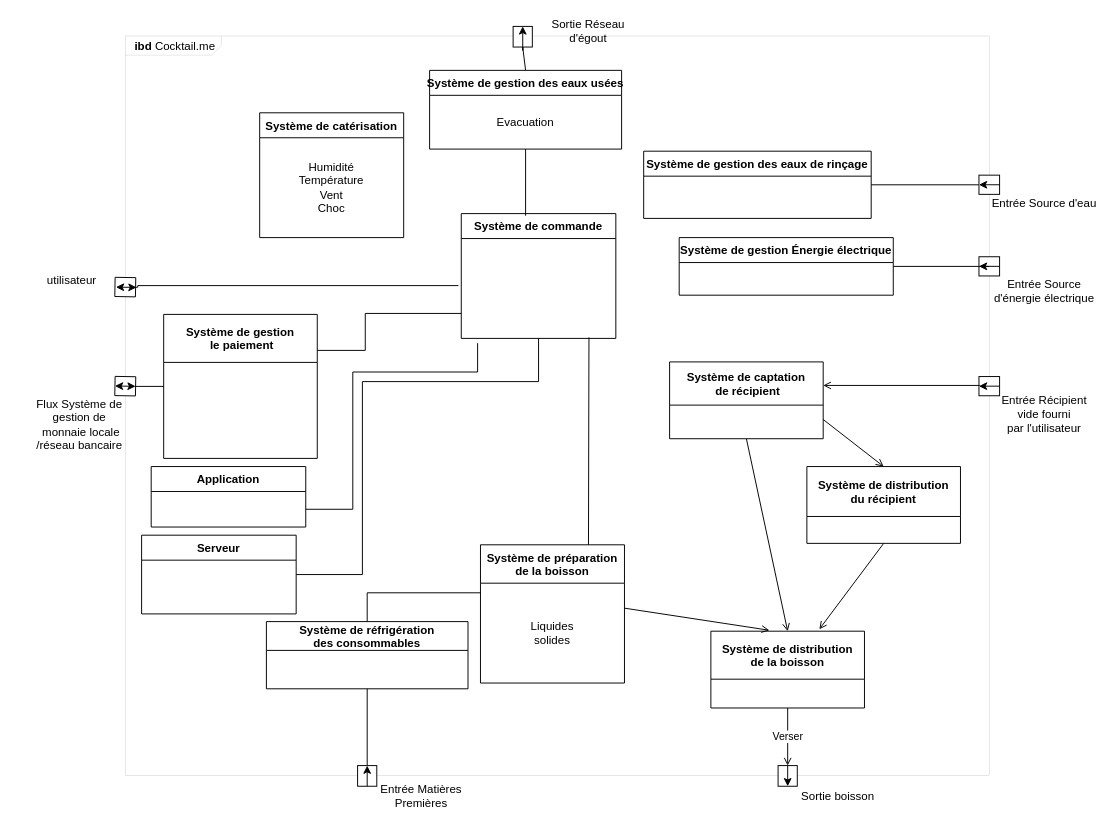
Above: page "IDB" (6 of 14) of borneCocktailP22.drawio in mbricogn/TN29-MBSE (draw.io), before the change. Source tidied: cells renumbered, new cells numbered last; positions are measured from the earlier drawing's top-left corner, leaving out a move shared by most shapes. Both pictures are drawn from the tidied source at 96%, with x=0, y=0 at pixel (16, 16).
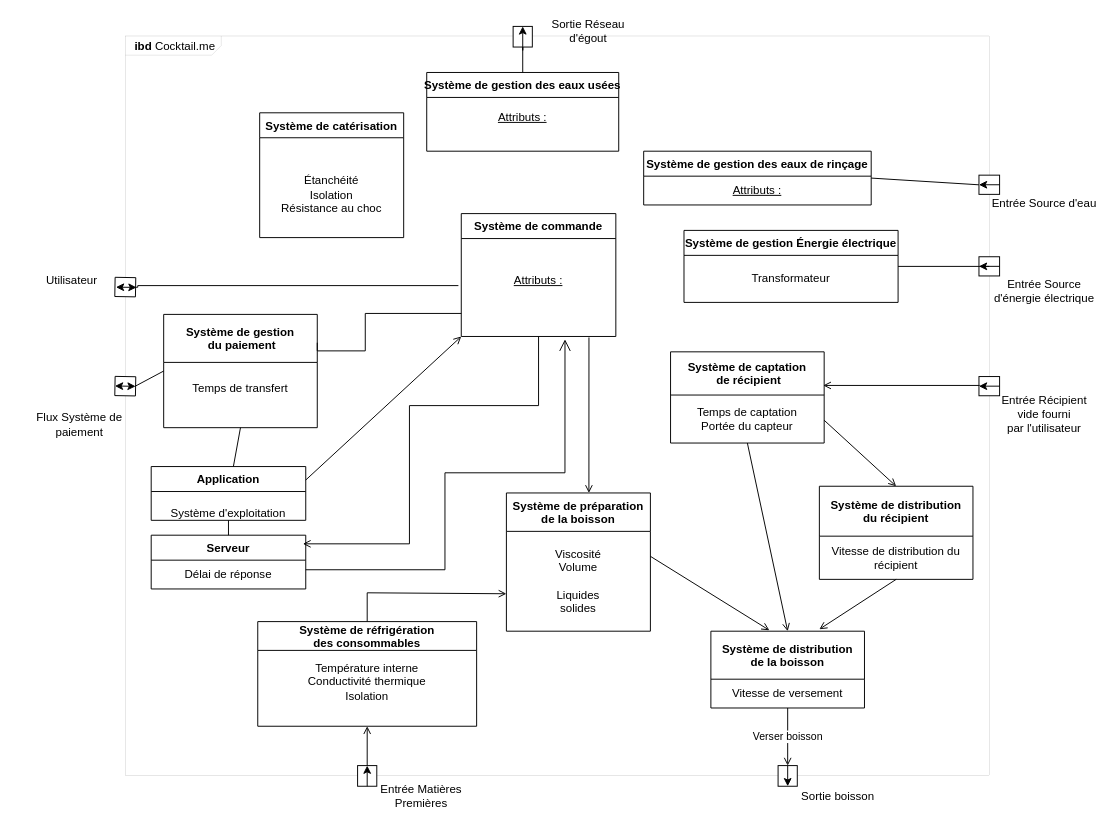
After the change.

Unchanged cells that the change refers to:
```xml
<mxCell id="8" value="Système de catérisation" style="swimlane;fontStyle=1;horizontal=1;startSize=26;fillColor=none;" parent="1" vertex="1">
  <mxGeometry x="253" y="100" width="150" height="130" as="geometry" />
</mxCell>
<mxCell id="16" value="Système de distribution &#10;de la boisson" style="swimlane;fontStyle=1;horizontal=1;startSize=50;fillColor=none;" parent="1" vertex="1">
  <mxGeometry x="723" y="640" width="160" height="80" as="geometry" />
</mxCell>
<mxCell id="35" style="rounded=0;whiteSpace=wrap;html=1;rotation=-180;" parent="34" vertex="1">
  <mxGeometry width="20" height="21.5" as="geometry" />
</mxCell>
<mxCell id="49" style="rounded=0;whiteSpace=wrap;html=1;rotation=0;" parent="48" vertex="1">
  <mxGeometry width="20" height="21.5" as="geometry" />
</mxCell>
```

What changed in the source:
```diff
@@
     <mxCell id="3" value="Système de gestion Énergie électrique" style="swimlane;fontStyle=1;horizontal=1;startSize=26;fillColor=none;" parent="1" vertex="1">
-      <mxGeometry x="690" y="230" width="223" height="60" as="geometry" />
+      <mxGeometry x="695" y="222.5" width="223" height="75" as="geometry" />
     </mxCell>
-    <mxCell id="4" style="rounded=0;jettySize=auto;html=1;exitX=0.5;exitY=1;exitDx=0;exitDy=0;entryX=0.416;entryY=0.017;entryDx=0;entryDy=0;entryPerimeter=0;startArrow=none;startFill=0;endArrow=none;endFill=0;startSize=10;strokeWidth=1;" parent="1" edge="1" source="5" target="17">
-      <mxGeometry relative="1" as="geometry" />
-    </mxCell>
+    <mxCell id="69" value="&lt;div&gt;Transformateur&lt;u&gt;&lt;br&gt;&lt;/u&gt;&lt;/div&gt;" style="text;html=1;strokeColor=none;fillColor=none;align=center;verticalAlign=middle;whiteSpace=wrap;rounded=0;" parent="3" vertex="1">
+      <mxGeometry y="26" width="223" height="49" as="geometry" />
+    </mxCell>
     <mxCell id="5" value="Système de gestion des eaux usées" style="swimlane;fontStyle=1;horizontal=1;startSize=26;fillColor=none;" parent="1" vertex="1">
-      <mxGeometry x="430" y="55.8" width="200" height="82" as="geometry" />
+      <mxGeometry x="427" y="58" width="200" height="82" as="geometry" />
     </mxCell>
-    <mxCell id="6" value="Evacuation" style="text;html=1;strokeColor=none;fillColor=none;align=center;verticalAlign=middle;whiteSpace=wrap;rounded=0;" parent="5" vertex="1">
+    <mxCell id="6" value="&lt;div&gt;&lt;u&gt;Attributs :&lt;/u&gt;&lt;/div&gt;&lt;div&gt;&lt;u&gt;&lt;br&gt;&lt;/u&gt;&lt;/div&gt;" style="text;html=1;strokeColor=none;fillColor=none;align=center;verticalAlign=middle;whiteSpace=wrap;rounded=0;" parent="5" vertex="1">
       <mxGeometry y="26" width="200" height="56" as="geometry" />
     </mxCell>
     <mxCell id="7" value="Système de gestion des eaux de rinçage" style="swimlane;fontStyle=1;horizontal=1;startSize=26;fillColor=none;" parent="1" vertex="1">
-      <mxGeometry x="653" y="140" width="237" height="70" as="geometry" />
+      <mxGeometry x="653" y="140" width="237" height="56" as="geometry" />
     </mxCell>
+    <mxCell id="70" value="&lt;u&gt;Attributs :&lt;/u&gt;" style="text;html=1;strokeColor=none;fillColor=none;align=center;verticalAlign=middle;whiteSpace=wrap;rounded=0;" parent="7" vertex="1">
+      <mxGeometry y="26" width="237" height="30" as="geometry" />
+    </mxCell>
@@
-    <mxCell id="9" value="Humidité&lt;br&gt;Température&lt;br&gt;Vent&lt;br&gt;Choc" style="text;html=1;strokeColor=none;fillColor=none;align=center;verticalAlign=middle;whiteSpace=wrap;rounded=0;" parent="8" vertex="1">
+    <mxCell id="9" value="&lt;div&gt;&amp;nbsp;&lt;br&gt;&lt;/div&gt;&lt;div&gt;Étanchéité&lt;/div&gt;&lt;div&gt;Isolation&lt;br&gt;&lt;/div&gt;&lt;div&gt;Résistance au choc&lt;br&gt;&lt;/div&gt;" style="text;html=1;strokeColor=none;fillColor=none;align=center;verticalAlign=middle;whiteSpace=wrap;rounded=0;" parent="8" vertex="1">
       <mxGeometry y="26" width="150" height="104" as="geometry" />
     </mxCell>
-    <mxCell id="10" value="Système de gestion&#10; le paiement" style="swimlane;fontStyle=1;horizontal=1;startSize=50;fillColor=none;" parent="1" vertex="1">
-      <mxGeometry x="153" y="310" width="160" height="150" as="geometry" />
+    <mxCell id="10" value="Système de gestion&#10; du paiement" style="swimlane;fontStyle=1;horizontal=1;startSize=50;fillColor=none;" parent="1" vertex="1">
+      <mxGeometry x="153" y="310" width="160" height="118" as="geometry" />
     </mxCell>
+    <mxCell id="71" value="&lt;div&gt;Temps de transfert&lt;br&gt;&lt;/div&gt;&lt;div&gt;&lt;u&gt;&lt;br&gt;&lt;/u&gt;&lt;/div&gt;" style="text;html=1;strokeColor=none;fillColor=none;align=center;verticalAlign=middle;whiteSpace=wrap;rounded=0;" parent="10" vertex="1">
+      <mxGeometry y="50" width="160" height="68" as="geometry" />
+    </mxCell>
@@
     <mxCell id="13" value="Système de captation&#10; de récipient" style="swimlane;fontStyle=1;horizontal=1;startSize=45;fillColor=none;" parent="1" vertex="1">
-      <mxGeometry x="680" y="359.5" width="160" height="80" as="geometry" />
+      <mxGeometry x="681" y="349" width="160" height="95" as="geometry" />
     </mxCell>
+    <mxCell id="72" value="&lt;div&gt;Temps de captation&lt;/div&gt;&lt;div&gt;Portée du capteur&lt;br&gt;&lt;/div&gt;" style="text;html=1;strokeColor=none;fillColor=none;align=center;verticalAlign=middle;whiteSpace=wrap;rounded=0;" parent="13" vertex="1">
+      <mxGeometry y="45" width="160" height="50" as="geometry" />
+    </mxCell>
@@
     <mxCell id="15" value="Système de distribution &#10;du récipient" style="swimlane;fontStyle=1;horizontal=1;startSize=52;fillColor=none;" parent="1" vertex="1">
-      <mxGeometry x="823" y="468.5" width="160" height="80" as="geometry" />
+      <mxGeometry x="836" y="489" width="160" height="97" as="geometry" />
     </mxCell>
+    <mxCell id="73" value="&lt;div&gt;Vitesse de distribution du récipient&lt;br&gt;&lt;/div&gt;" style="text;html=1;strokeColor=none;fillColor=none;align=center;verticalAlign=middle;whiteSpace=wrap;rounded=0;" parent="15" vertex="1">
+      <mxGeometry y="52" width="160" height="45" as="geometry" />
+    </mxCell>
@@
+    <mxCell id="74" value="&lt;div&gt;Vitesse de versement&lt;br&gt;&lt;u&gt;&lt;i&gt;&lt;/i&gt;&lt;/u&gt;&lt;/div&gt;" style="text;html=1;strokeColor=none;fillColor=none;align=center;verticalAlign=middle;whiteSpace=wrap;rounded=0;" parent="16" vertex="1">
+      <mxGeometry y="50" width="160" height="30" as="geometry" />
+    </mxCell>
     <mxCell id="17" value="Système de commande" style="swimlane;fontStyle=1;horizontal=1;startSize=26;fillColor=none;" parent="1" vertex="1">
-      <mxGeometry x="463" y="205" width="161" height="130" as="geometry" />
+      <mxGeometry x="463" y="205" width="161" height="128" as="geometry" />
     </mxCell>
+    <mxCell id="75" value="&lt;div&gt;&lt;u&gt;Attributs :&lt;/u&gt;&lt;/div&gt;&lt;div&gt;&lt;u&gt;&lt;br&gt;&lt;/u&gt;&lt;/div&gt;" style="text;html=1;strokeColor=none;fillColor=none;align=center;verticalAlign=middle;whiteSpace=wrap;rounded=0;" parent="17" vertex="1">
+      <mxGeometry y="26" width="161" height="102" as="geometry" />
+    </mxCell>
@@
     <mxCell id="31" value="Système de préparation &#10;de la boisson" style="swimlane;fontStyle=1;horizontal=1;startSize=40;fillColor=none;" parent="1" vertex="1">
-      <mxGeometry x="483" y="550" width="150" height="144" as="geometry" />
+      <mxGeometry x="510" y="496" width="150" height="144" as="geometry" />
     </mxCell>
-    <mxCell id="32" value="Liquides&lt;br&gt;solides" style="text;html=1;strokeColor=none;fillColor=none;align=center;verticalAlign=middle;whiteSpace=wrap;rounded=0;" parent="31" vertex="1">
+    <mxCell id="32" value="&lt;div&gt;Viscosité&lt;/div&gt;&lt;div&gt;Volume&lt;br&gt;&lt;/div&gt;&lt;div&gt;&lt;br&gt;&lt;/div&gt;&lt;div&gt;Liquides&lt;/div&gt;solides" style="text;html=1;strokeColor=none;fillColor=none;align=center;verticalAlign=middle;whiteSpace=wrap;rounded=0;" parent="31" vertex="1">
       <mxGeometry y="40" width="150" height="104" as="geometry" />
     </mxCell>
@@
-    <mxCell id="37" value="Verser" style="endArrow=none;html=1;rounded=0;entryX=0.5;entryY=1;entryDx=0;entryDy=0;exitX=0.5;exitY=1;exitDx=0;exitDy=0;sketch=0;endFill=0;startArrow=open;startFill=0;" parent="1" edge="1" source="35" target="16">
+    <mxCell id="37" value="Verser boisson" style="endArrow=none;html=1;rounded=0;entryX=0.5;entryY=1;entryDx=0;entryDy=0;exitX=0.5;exitY=1;exitDx=0;exitDy=0;sketch=0;endFill=0;startArrow=open;startFill=0;" parent="1" edge="1" source="35" target="16">
       <mxGeometry relative="1" as="geometry" />
     </mxCell>
@@
     <mxCell id="46" value="Système de réfrigération &#10;des consommables" style="swimlane;fontStyle=1;horizontal=1;startSize=30;fillColor=none;" parent="1" vertex="1">
-      <mxGeometry x="260" y="630" width="210" height="70" as="geometry" />
+      <mxGeometry x="251" y="630" width="228" height="109" as="geometry" />
     </mxCell>
+    <mxCell id="76" value="&lt;div&gt;Température interne&lt;/div&gt;&lt;div&gt;Conductivité thermique&lt;/div&gt;&lt;div&gt;Isolation&lt;br&gt;&lt;/div&gt;&lt;div&gt;&lt;br&gt;&lt;/div&gt;" style="text;html=1;strokeColor=none;fillColor=none;align=center;verticalAlign=middle;whiteSpace=wrap;rounded=0;" parent="46" vertex="1">
+      <mxGeometry y="30" width="228" height="79" as="geometry" />
+    </mxCell>
-    <mxCell id="47" style="endArrow=none;html=1;rounded=0;entryX=0.826;entryY=0.99;entryDx=0;entryDy=0;entryPerimeter=0;exitX=0.75;exitY=0;exitDx=0;exitDy=0;" parent="1" edge="1" source="31">
+    <mxCell id="47" style="endArrow=none;html=1;rounded=0;entryX=0.826;entryY=0.99;entryDx=0;entryDy=0;entryPerimeter=0;exitX=0.573;exitY=0;exitDx=0;exitDy=0;exitPerimeter=0;endFill=0;startArrow=open;startFill=0;" parent="1" edge="1" source="31">
       <mxGeometry relative="1" as="geometry">
         <mxPoint x="596" y="334" as="targetPoint" />
       </mxGeometry>
     </mxCell>
@@
-    <mxCell id="51" style="endArrow=none;html=1;rounded=0;entryX=0.5;entryY=1;entryDx=0;entryDy=0;exitX=0.5;exitY=0;exitDx=0;exitDy=0;" parent="1" edge="1" source="49" target="46">
+    <mxCell id="51" style="endArrow=open;html=1;rounded=0;entryX=0.5;entryY=1;entryDx=0;entryDy=0;exitX=0.5;exitY=0;exitDx=0;exitDy=0;endFill=0;" parent="1" edge="1" source="49" target="46">
       <mxGeometry relative="1" as="geometry" />
     </mxCell>
-    <mxCell id="52" style="endArrow=none;html=1;rounded=0;exitX=0.5;exitY=0;exitDx=0;exitDy=0;" parent="1" edge="1" source="46">
+    <mxCell id="52" style="endArrow=open;html=1;rounded=0;exitX=0.5;exitY=0;exitDx=0;exitDy=0;entryX=0;entryY=0.625;entryDx=0;entryDy=0;entryPerimeter=0;startArrow=none;startFill=0;endFill=0;" parent="1" edge="1" source="46" target="32">
       <mxGeometry relative="1" as="geometry">
-        <mxPoint x="483" y="600" as="targetPoint" />
         <Array as="points">
           <mxPoint x="365" y="600" />
         </Array>
       </mxGeometry>
     </mxCell>
@@
-    <mxCell id="59" value="Flux Système de gestion de&lt;br&gt;&amp;nbsp;monnaie locale /réseau bancaire" style="text;html=1;strokeColor=none;fillColor=none;align=center;verticalAlign=middle;whiteSpace=wrap;rounded=0;" parent="1" vertex="1">
+    <mxCell id="59" value="Flux Système de paiement" style="text;html=1;strokeColor=none;fillColor=none;align=center;verticalAlign=middle;whiteSpace=wrap;rounded=0;" parent="1" vertex="1">
       <mxGeometry x="8" y="409.5" width="115" height="30" as="geometry" />
     </mxCell>
-    <mxCell id="60" style="edgeStyle=orthogonalEdgeStyle;rounded=0;jettySize=auto;html=1;entryX=1;entryY=0.5;entryDx=0;entryDy=0;startArrow=none;startFill=0;endArrow=none;endFill=0;startSize=10;strokeWidth=1;" parent="1" edge="1" target="67">
-      <mxGeometry relative="1" as="geometry">
-        <mxPoint x="480" y="340" as="sourcePoint" />
-        <Array as="points">
-          <mxPoint x="480" y="370" />
-          <mxPoint x="350" y="370" />
-          <mxPoint x="350" y="513" />
-        </Array>
-      </mxGeometry>
-    </mxCell>
-    <mxCell id="61" value="utilisateur" style="text;html=1;strokeColor=none;fillColor=none;align=center;verticalAlign=middle;whiteSpace=wrap;rounded=0;" parent="1" vertex="1">
+    <mxCell id="61" value="Utilisateur" style="text;html=1;strokeColor=none;fillColor=none;align=center;verticalAlign=middle;whiteSpace=wrap;rounded=0;" parent="1" vertex="1">
       <mxGeometry y="260" width="115" height="30" as="geometry" />
     </mxCell>
@@
     <mxCell id="65" value="Serveur" style="swimlane;fontStyle=1;horizontal=1;startSize=26;fillColor=none;" parent="1" vertex="1">
-      <mxGeometry x="130" y="540" width="161" height="82" as="geometry" />
+      <mxGeometry x="140" y="540" width="161" height="56" as="geometry" />
     </mxCell>
+    <mxCell id="77" value="&lt;div&gt;Délai de réponse&lt;br&gt;&lt;/div&gt;" style="text;html=1;strokeColor=none;fillColor=none;align=center;verticalAlign=middle;whiteSpace=wrap;rounded=0;" parent="65" vertex="1">
+      <mxGeometry y="26" width="161" height="30" as="geometry" />
+    </mxCell>
     <mxCell id="66" value="Application" style="swimlane;fontStyle=1;horizontal=1;startSize=26;fillColor=none;" parent="1" vertex="1">
-      <mxGeometry x="140" y="468.5" width="161" height="63" as="geometry" />
+      <mxGeometry x="140" y="468.5" width="161" height="56" as="geometry" />
     </mxCell>
-    <mxCell id="67" value="&lt;div&gt;&lt;br&gt;&lt;/div&gt;" style="text;html=1;strokeColor=none;fillColor=none;align=center;verticalAlign=middle;whiteSpace=wrap;rounded=0;" parent="66" vertex="1">
-      <mxGeometry y="26" width="161" height="37" as="geometry" />
-    </mxCell>
+    <mxCell id="78" value="&lt;br&gt;&lt;div&gt;Système d'exploitation&lt;br&gt;&lt;/div&gt;" style="text;html=1;strokeColor=none;fillColor=none;align=center;verticalAlign=middle;whiteSpace=wrap;rounded=0;" parent="66" vertex="1">
+      <mxGeometry y="26" width="161" height="30" as="geometry" />
+    </mxCell>
-    <mxCell id="68" style="edgeStyle=orthogonalEdgeStyle;rounded=0;jettySize=auto;html=1;entryX=1;entryY=0.5;entryDx=0;entryDy=0;startArrow=none;startFill=0;endArrow=none;endFill=0;startSize=10;strokeWidth=1;exitX=0.5;exitY=1;exitDx=0;exitDy=0;" parent="1" edge="1" source="17" target="65">
+    <mxCell id="68" style="edgeStyle=orthogonalEdgeStyle;rounded=0;jettySize=auto;html=1;startArrow=none;startFill=0;endArrow=open;endFill=0;startSize=10;strokeWidth=1;exitX=0.5;exitY=1;exitDx=0;exitDy=0;" parent="1" edge="1" source="17">
       <mxGeometry relative="1" as="geometry">
+        <mxPoint x="298" y="549" as="targetPoint" />
         <Array as="points">
-          <mxPoint x="544" y="380" />
-          <mxPoint x="360" y="380" />
-          <mxPoint x="360" y="581" />
+          <mxPoint x="544" y="405" />
+          <mxPoint x="409" y="405" />
+          <mxPoint x="409" y="549" />
         </Array>
       </mxGeometry>
     </mxCell>
+    <mxCell id="79" style="endArrow=none;html=1;rounded=0;sketch=0;entryX=0.5;entryY=1;entryDx=0;entryDy=0;" parent="1" edge="1" source="66" target="71">
+      <mxGeometry relative="1" as="geometry" />
+    </mxCell>
+    <mxCell id="80" style="endArrow=none;html=1;rounded=0;sketch=0;entryX=0.5;entryY=1;entryDx=0;entryDy=0;" parent="1" edge="1" source="65" target="78">
+      <mxGeometry relative="1" as="geometry" />
+    </mxCell>
+    <mxCell id="81" style="edgeStyle=orthogonalEdgeStyle;rounded=0;jettySize=auto;html=1;startArrow=open;startFill=0;endArrow=none;endFill=0;startSize=10;strokeWidth=1;exitX=0.671;exitY=1.029;exitDx=0;exitDy=0;entryX=1;entryY=0.333;entryDx=0;entryDy=0;entryPerimeter=0;exitPerimeter=0;" parent="1" edge="1" source="75" target="77">
+      <mxGeometry relative="1" as="geometry">
+        <Array as="points">
+          <mxPoint x="571" y="475" />
+          <mxPoint x="446" y="475" />
+          <mxPoint x="446" y="576" />
+        </Array>
+      </mxGeometry>
+    </mxCell>
+    <mxCell id="82" style="endArrow=open;html=1;rounded=0;sketch=0;exitX=1;exitY=0.25;exitDx=0;exitDy=0;entryX=0;entryY=1;entryDx=0;entryDy=0;endFill=0;" parent="1" edge="1" source="66" target="17">
+      <mxGeometry relative="1" as="geometry" />
+    </mxCell>
```
